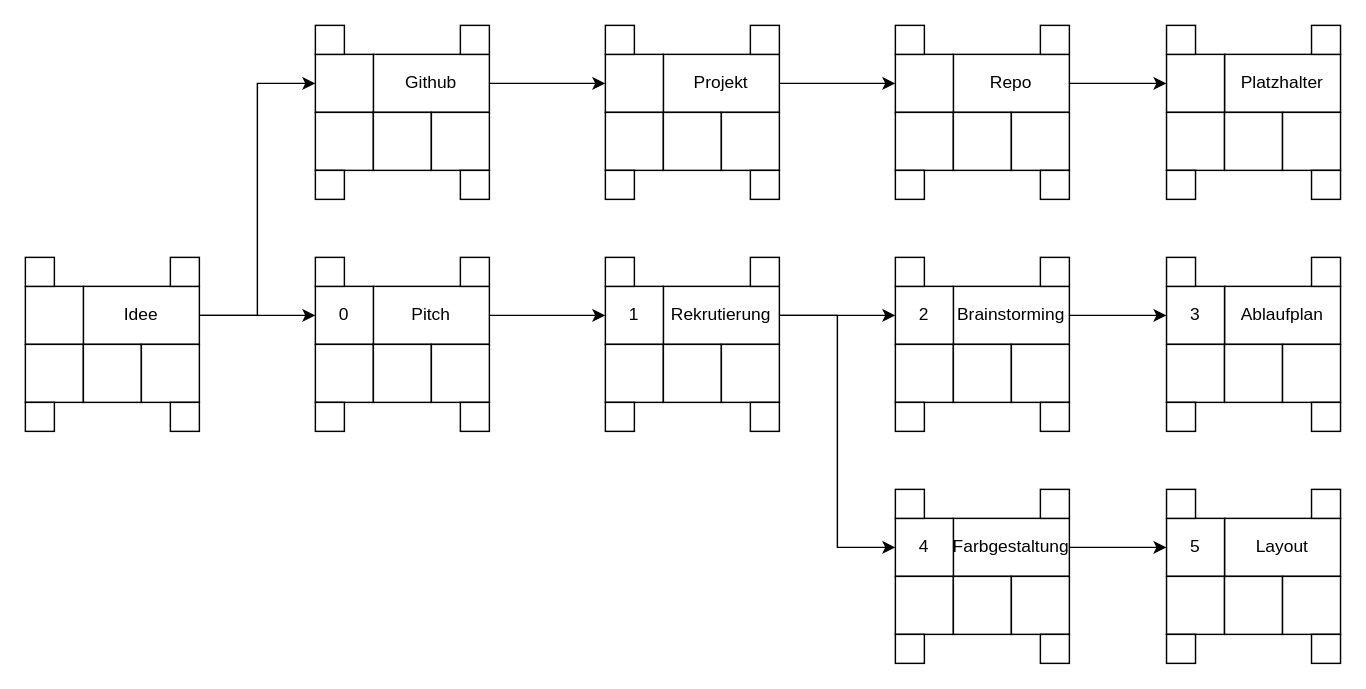
This is Netzplan.drawio from Nerch/Undergrowth, a draw.io file, before an edit. Source tidied: cells renumbered, new cells numbered last; positions are measured from the earlier drawing's top-left corner, leaving out a move shared by most shapes. Both pictures are drawn from the tidied source at 145%, with x=0, y=0 at pixel (25, 25).
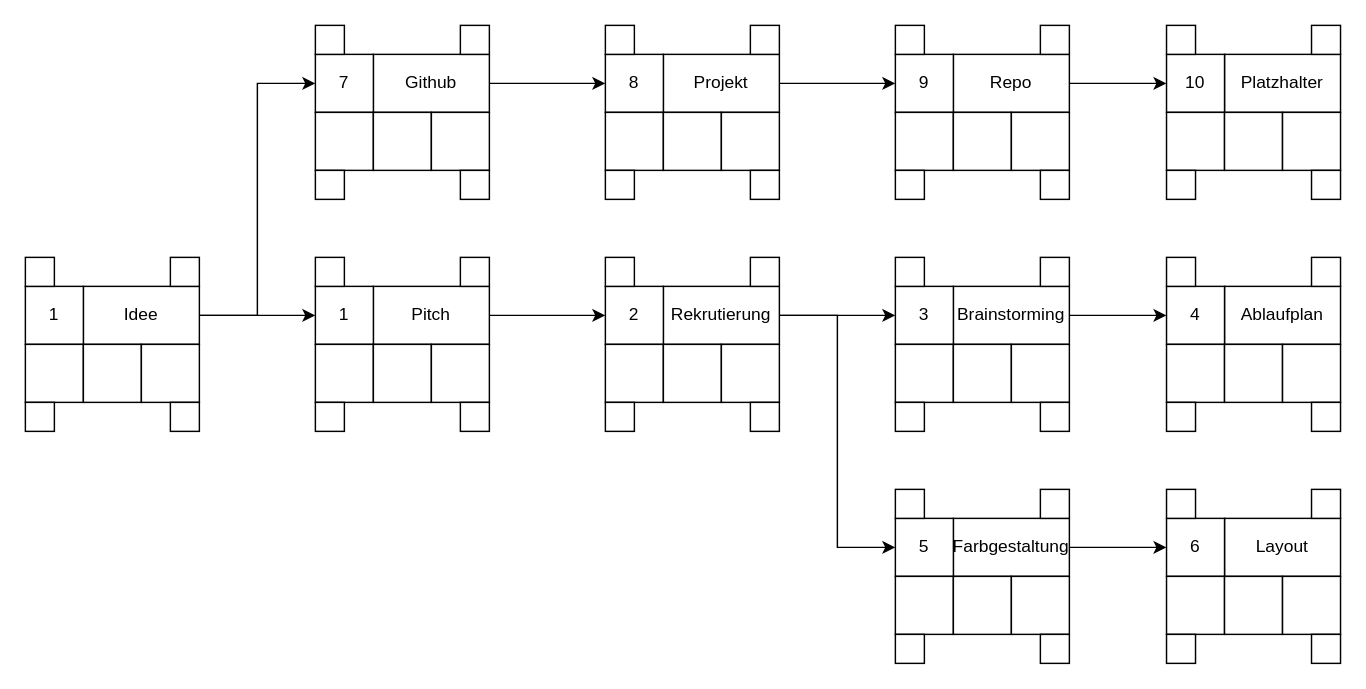
The same diagram, later.

Change to the diagram source:
```diff
@@
-    <mxCell id="5" value="1" style="rounded=0;whiteSpace=wrap;html=1;" parent="1" vertex="1">
+    <mxCell id="5" value="2" style="rounded=0;whiteSpace=wrap;html=1;" parent="1" vertex="1">
       <mxGeometry x="400" y="180" width="40" height="40" as="geometry" />
     </mxCell>
@@
-    <mxCell id="15" value="4" style="rounded=0;whiteSpace=wrap;html=1;" parent="1" vertex="1">
+    <mxCell id="15" value="5" style="rounded=0;whiteSpace=wrap;html=1;" parent="1" vertex="1">
       <mxGeometry x="600" y="340" width="40" height="40" as="geometry" />
     </mxCell>
@@
-    <mxCell id="25" value="2" style="rounded=0;whiteSpace=wrap;html=1;" parent="1" vertex="1">
+    <mxCell id="25" value="3" style="rounded=0;whiteSpace=wrap;html=1;" parent="1" vertex="1">
       <mxGeometry x="600" y="180" width="40" height="40" as="geometry" />
     </mxCell>
@@
-    <mxCell id="34" value="3" style="rounded=0;whiteSpace=wrap;html=1;" parent="1" vertex="1">
+    <mxCell id="34" value="4" style="rounded=0;whiteSpace=wrap;html=1;" parent="1" vertex="1">
       <mxGeometry x="787" y="180" width="40" height="40" as="geometry" />
     </mxCell>
@@
-    <mxCell id="43" value="5" style="rounded=0;whiteSpace=wrap;html=1;" parent="1" vertex="1">
+    <mxCell id="43" value="6" style="rounded=0;whiteSpace=wrap;html=1;" parent="1" vertex="1">
       <mxGeometry x="787" y="340" width="40" height="40" as="geometry" />
     </mxCell>
@@
-    <mxCell id="53" value="0" style="rounded=0;whiteSpace=wrap;html=1;" parent="1" vertex="1">
+    <mxCell id="53" value="1" style="rounded=0;whiteSpace=wrap;html=1;" parent="1" vertex="1">
       <mxGeometry x="200" y="180" width="40" height="40" as="geometry" />
     </mxCell>
@@
-    <mxCell id="64" style="rounded=0;whiteSpace=wrap;html=1;" parent="1" vertex="1">
+    <mxCell id="64" value="1" style="rounded=0;whiteSpace=wrap;html=1;" parent="1" vertex="1">
       <mxGeometry y="180" width="40" height="40" as="geometry" />
     </mxCell>
@@
-    <mxCell id="74" style="rounded=0;whiteSpace=wrap;html=1;" parent="1" vertex="1">
+    <mxCell id="74" value="7" style="rounded=0;whiteSpace=wrap;html=1;" parent="1" vertex="1">
       <mxGeometry x="200" y="20" width="40" height="40" as="geometry" />
     </mxCell>
@@
-    <mxCell id="84" style="rounded=0;whiteSpace=wrap;html=1;" parent="1" vertex="1">
+    <mxCell id="84" value="8" style="rounded=0;whiteSpace=wrap;html=1;" parent="1" vertex="1">
       <mxGeometry x="400" y="20" width="40" height="40" as="geometry" />
     </mxCell>
@@
-    <mxCell id="94" style="rounded=0;whiteSpace=wrap;html=1;" parent="1" vertex="1">
+    <mxCell id="94" value="9" style="rounded=0;whiteSpace=wrap;html=1;" parent="1" vertex="1">
       <mxGeometry x="600" y="20" width="40" height="40" as="geometry" />
     </mxCell>
@@
-    <mxCell id="103" style="rounded=0;whiteSpace=wrap;html=1;" parent="1" vertex="1">
+    <mxCell id="103" value="10" style="rounded=0;whiteSpace=wrap;html=1;" parent="1" vertex="1">
       <mxGeometry x="787" y="20" width="40" height="40" as="geometry" />
     </mxCell>
```
